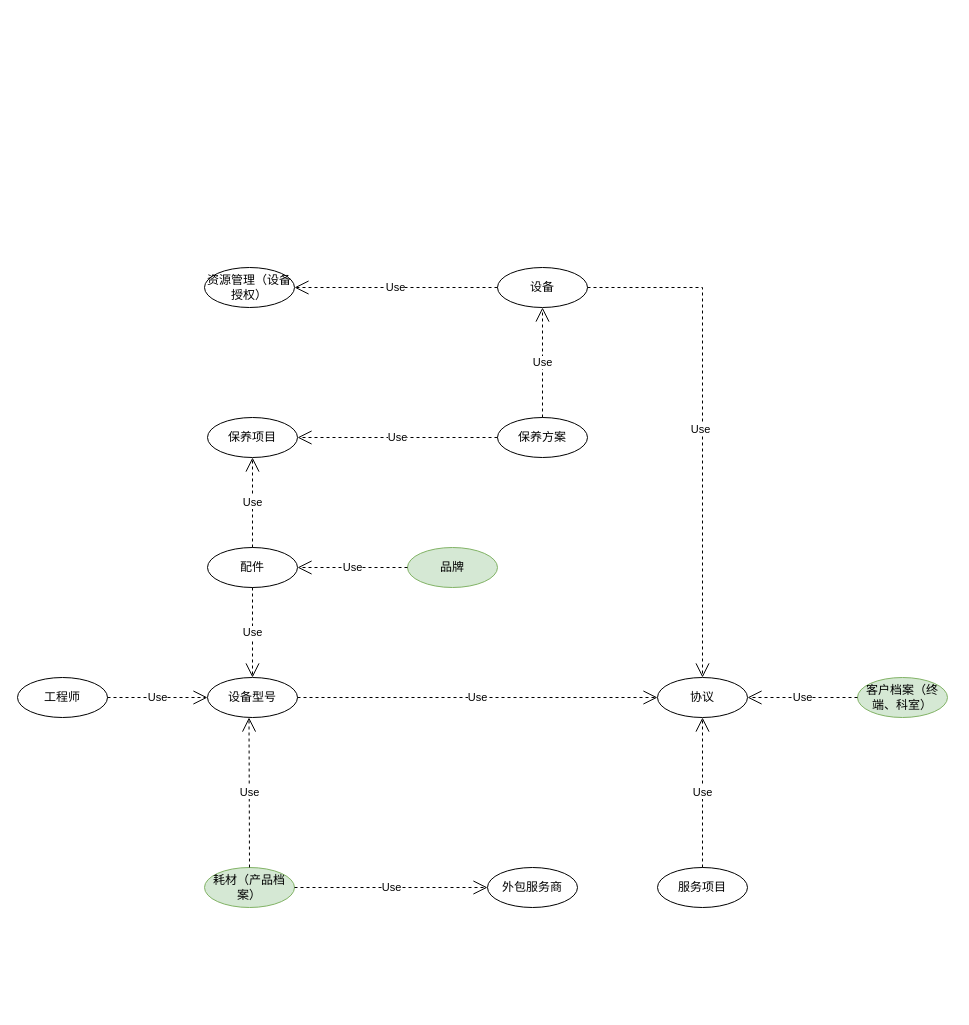
Earlier version of the draw.io diagram uml/uml_mvp8.drawio (WERNERWAN1/mind). Source tidied: cells renumbered, new cells numbered last; positions are measured from the earlier drawing's top-left corner, leaving out a move shared by most shapes. Both pictures are drawn from the tidied source at 100%, with x=0, y=0 at pixel (17, 267).
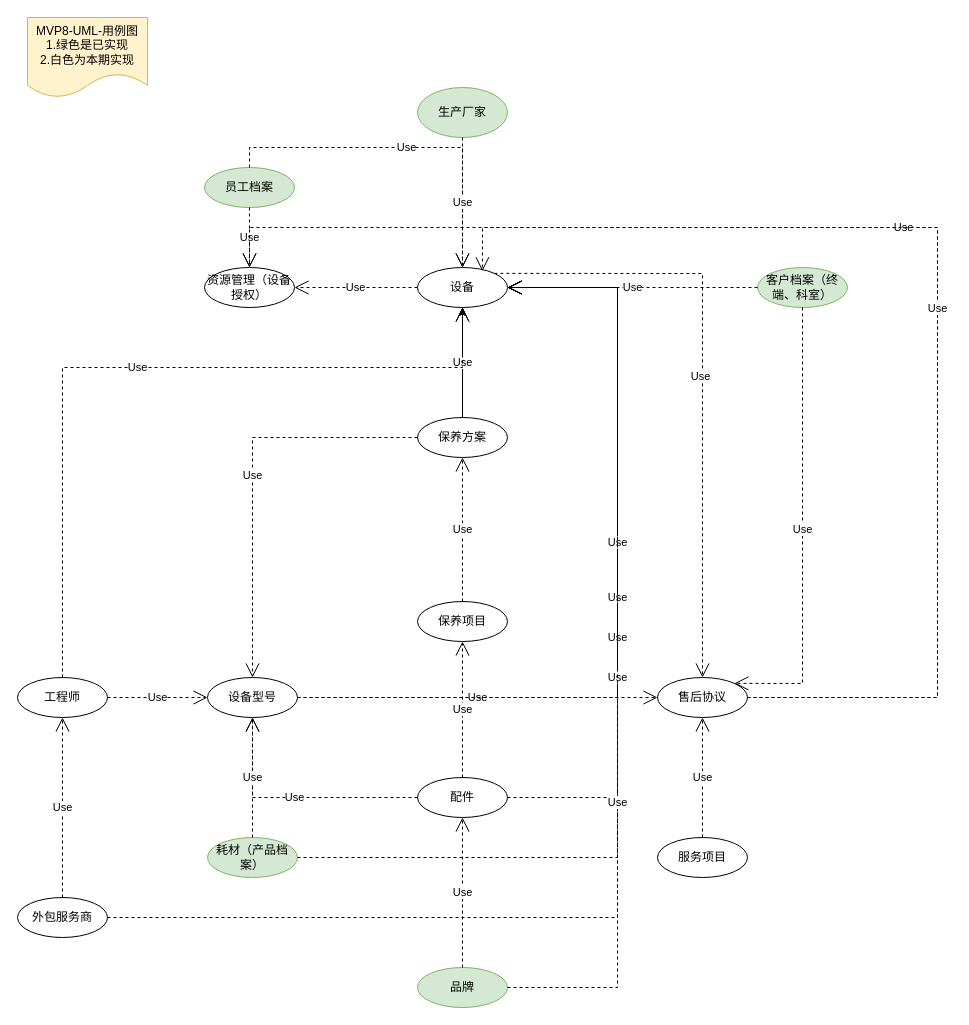
The same page after the edit.

The change refers to these unchanged cells:
```xml
<mxCell id="6" value="设备型号" style="ellipse;whiteSpace=wrap;html=1;" parent="1" vertex="1">
  <mxGeometry x="190" y="410" width="90" height="40" as="geometry" />
</mxCell>
<mxCell id="8" value="工程师" style="ellipse;whiteSpace=wrap;html=1;" parent="1" vertex="1">
  <mxGeometry y="410" width="90" height="40" as="geometry" />
</mxCell>
<mxCell id="26" value="资源管理（设备授权）" style="ellipse;whiteSpace=wrap;html=1;" parent="1" vertex="1">
  <mxGeometry x="187" width="90" height="40" as="geometry" />
</mxCell>
```

What changed in the source:
```diff
@@
     <mxCell id="2" value="设备" style="ellipse;whiteSpace=wrap;html=1;" parent="1" vertex="1">
-      <mxGeometry x="480" width="90" height="40" as="geometry" />
+      <mxGeometry x="400" width="90" height="40" as="geometry" />
     </mxCell>
+    <mxCell id="28" style="edgeStyle=orthogonalEdgeStyle;rounded=0;jettySize=auto;html=1;" parent="1" edge="1" source="3" target="2">
+      <mxGeometry relative="1" as="geometry" />
+    </mxCell>
+    <mxCell id="29" style="edgeStyle=orthogonalEdgeStyle;rounded=0;jettySize=auto;html=1;" parent="1" edge="1" source="3" target="2">
+      <mxGeometry relative="1" as="geometry" />
+    </mxCell>
     <mxCell id="3" value="保养方案" style="ellipse;whiteSpace=wrap;html=1;" parent="1" vertex="1">
-      <mxGeometry x="480" y="150" width="90" height="40" as="geometry" />
+      <mxGeometry x="400" y="150" width="90" height="40" as="geometry" />
     </mxCell>
     <mxCell id="4" value="保养项目" style="ellipse;whiteSpace=wrap;html=1;" parent="1" vertex="1">
-      <mxGeometry x="190" y="150" width="90" height="40" as="geometry" />
+      <mxGeometry x="400" y="334" width="90" height="40" as="geometry" />
     </mxCell>
     <mxCell id="5" value="配件" style="ellipse;whiteSpace=wrap;html=1;" parent="1" vertex="1">
-      <mxGeometry x="190" y="280" width="90" height="40" as="geometry" />
+      <mxGeometry x="400" y="510" width="90" height="40" as="geometry" />
     </mxCell>
@@
     <mxCell id="7" value="耗材（产品档案）" style="ellipse;whiteSpace=wrap;html=1;fillColor=#d5e8d4;strokeColor=#82b366;" parent="1" vertex="1">
-      <mxGeometry x="187" y="600" width="90" height="40" as="geometry" />
+      <mxGeometry x="190" y="570" width="90" height="40" as="geometry" />
     </mxCell>
@@
     <mxCell id="9" value="品牌" style="ellipse;whiteSpace=wrap;html=1;fillColor=#d5e8d4;strokeColor=#82b366;" parent="1" vertex="1">
-      <mxGeometry x="390" y="280" width="90" height="40" as="geometry" />
+      <mxGeometry x="400" y="700" width="90" height="40" as="geometry" />
     </mxCell>
     <mxCell id="10" value="服务项目" style="ellipse;whiteSpace=wrap;html=1;" parent="1" vertex="1">
-      <mxGeometry x="640" y="600" width="90" height="40" as="geometry" />
+      <mxGeometry x="640" y="570" width="90" height="40" as="geometry" />
     </mxCell>
-    <mxCell id="11" value="协议" style="ellipse;whiteSpace=wrap;html=1;" parent="1" vertex="1">
+    <mxCell id="11" value="售后协议" style="ellipse;whiteSpace=wrap;html=1;" parent="1" vertex="1">
       <mxGeometry x="640" y="410" width="90" height="40" as="geometry" />
     </mxCell>
     <mxCell id="12" value="外包服务商" style="ellipse;whiteSpace=wrap;html=1;" parent="1" vertex="1">
-      <mxGeometry x="470" y="600" width="90" height="40" as="geometry" />
+      <mxGeometry y="630" width="90" height="40" as="geometry" />
     </mxCell>
     <mxCell id="13" value="客户档案（终端、科室）" style="ellipse;whiteSpace=wrap;html=1;fillColor=#d5e8d4;strokeColor=#82b366;" parent="1" vertex="1">
-      <mxGeometry x="840" y="410" width="90" height="40" as="geometry" />
+      <mxGeometry x="740" width="90" height="40" as="geometry" />
     </mxCell>
-    <mxCell id="14" value="Use" style="endArrow=open;endSize=12;dashed=1;html=1;rounded=0;exitX=0.5;exitY=1;exitDx=0;exitDy=0;entryX=0.5;entryY=0;entryDx=0;entryDy=0;" parent="1" edge="1" source="5" target="6">
-      <mxGeometry relative="1" as="geometry" />
+    <mxCell id="14" value="Use" style="endArrow=open;endSize=12;dashed=1;html=1;rounded=0;exitX=0;exitY=0.5;exitDx=0;exitDy=0;" parent="1" edge="1" source="5">
+      <mxGeometry relative="1" as="geometry">
+        <mxPoint x="235" y="450" as="targetPoint" />
+        <Array as="points">
+          <mxPoint x="235" y="530" />
+        </Array>
+      </mxGeometry>
     </mxCell>
@@
-    <mxCell id="16" value="Use" style="endArrow=open;endSize=12;dashed=1;html=1;rounded=0;entryX=1;entryY=0.5;entryDx=0;entryDy=0;exitX=0;exitY=0.5;exitDx=0;exitDy=0;" parent="1" edge="1" source="9" target="5">
+    <mxCell id="16" value="Use" style="endArrow=open;endSize=12;dashed=1;html=1;rounded=0;entryX=0.5;entryY=1;entryDx=0;entryDy=0;exitX=0.5;exitY=0;exitDx=0;exitDy=0;" parent="1" edge="1" source="9" target="5">
       <mxGeometry relative="1" as="geometry" />
     </mxCell>
@@
-    <mxCell id="18" value="Use" style="endArrow=open;endSize=12;dashed=1;html=1;rounded=0;" parent="1" edge="1" source="3" target="4">
+    <mxCell id="18" value="Use" style="endArrow=open;endSize=12;dashed=1;html=1;rounded=0;exitX=0.5;exitY=0;exitDx=0;exitDy=0;entryX=0.5;entryY=1;entryDx=0;entryDy=0;" parent="1" edge="1" source="4" target="3">
       <mxGeometry relative="1" as="geometry" />
     </mxCell>
@@
-    <mxCell id="21" value="Use" style="endArrow=open;endSize=12;dashed=1;html=1;rounded=0;exitX=1;exitY=0.5;exitDx=0;exitDy=0;entryX=0.5;entryY=0;entryDx=0;entryDy=0;" parent="1" edge="1" source="2" target="11">
+    <mxCell id="21" value="Use" style="endArrow=open;endSize=12;dashed=1;html=1;rounded=0;exitX=1;exitY=0;exitDx=0;exitDy=0;entryX=0.5;entryY=0;entryDx=0;entryDy=0;" parent="1" edge="1" source="2" target="11">
       <mxGeometry x="0.02" y="-2" relative="1" as="geometry">
         <Array as="points">
-          <mxPoint x="685" y="20" />
+          <mxPoint x="685" y="6" />
         </Array>
         <mxPoint y="-1" as="offset" />
       </mxGeometry>
     </mxCell>
-    <mxCell id="22" value="Use" style="endArrow=open;endSize=12;dashed=1;html=1;rounded=0;exitX=0;exitY=0.5;exitDx=0;exitDy=0;entryX=1;entryY=0.5;entryDx=0;entryDy=0;" parent="1" edge="1" source="13" target="11">
-      <mxGeometry relative="1" as="geometry" />
+    <mxCell id="22" value="Use" style="endArrow=open;endSize=12;dashed=1;html=1;rounded=0;exitX=0.5;exitY=1;exitDx=0;exitDy=0;entryX=1;entryY=0;entryDx=0;entryDy=0;" parent="1" edge="1" source="13" target="11">
+      <mxGeometry relative="1" as="geometry">
+        <Array as="points">
+          <mxPoint x="785" y="416" />
+        </Array>
+      </mxGeometry>
     </mxCell>
@@
-    <mxCell id="24" value="Use" style="endArrow=open;endSize=12;dashed=1;html=1;rounded=0;exitX=1;exitY=0.5;exitDx=0;exitDy=0;" parent="1" edge="1" source="7" target="12">
-      <mxGeometry relative="1" as="geometry" />
-    </mxCell>
-    <mxCell id="25" value="Use" style="endArrow=open;endSize=12;dashed=1;html=1;rounded=0;exitX=0.5;exitY=0;exitDx=0;exitDy=0;entryX=0.5;entryY=1;entryDx=0;entryDy=0;" parent="1" edge="1" source="7">
-      <mxGeometry relative="1" as="geometry">
-        <mxPoint x="231.5" y="450" as="targetPoint" />
-      </mxGeometry>
+    <mxCell id="25" value="Use" style="endArrow=open;endSize=12;dashed=1;html=1;rounded=0;exitX=0.5;exitY=0;exitDx=0;exitDy=0;" parent="1" edge="1" source="7" target="6">
+      <mxGeometry relative="1" as="geometry" />
     </mxCell>
@@
     <mxCell id="27" value="Use" style="endArrow=open;endSize=12;dashed=1;html=1;rounded=0;entryX=1;entryY=0.5;entryDx=0;entryDy=0;" parent="1" edge="1" target="26">
       <mxGeometry relative="1" as="geometry">
-        <mxPoint x="480" y="20" as="sourcePoint" />
+        <mxPoint x="400" y="20" as="sourcePoint" />
       </mxGeometry>
     </mxCell>
+    <mxCell id="30" value="Use" style="endArrow=open;endSize=12;dashed=1;html=1;rounded=0;entryX=1;entryY=0.5;entryDx=0;entryDy=0;" parent="1" edge="1" source="13" target="2">
+      <mxGeometry relative="1" as="geometry" />
+    </mxCell>
+    <mxCell id="31" value="Use" style="endArrow=open;endSize=12;dashed=1;html=1;rounded=0;exitX=1;exitY=0.5;exitDx=0;exitDy=0;" parent="1" edge="1" source="9">
+      <mxGeometry relative="1" as="geometry">
+        <mxPoint x="490" y="20" as="targetPoint" />
+        <Array as="points">
+          <mxPoint x="600" y="720" />
+          <mxPoint x="600" y="300" />
+          <mxPoint x="600" y="20" />
+        </Array>
+      </mxGeometry>
+    </mxCell>
+    <mxCell id="32" value="Use" style="endArrow=open;endSize=12;dashed=1;html=1;rounded=0;exitX=1;exitY=0.5;exitDx=0;exitDy=0;" parent="1" edge="1" source="6">
+      <mxGeometry relative="1" as="geometry">
+        <mxPoint x="490" y="20" as="targetPoint" />
+        <Array as="points">
+          <mxPoint x="600" y="430" />
+          <mxPoint x="600" y="20" />
+        </Array>
+      </mxGeometry>
+    </mxCell>
+    <mxCell id="33" value="Use" style="endArrow=open;endSize=12;dashed=1;html=1;rounded=0;entryX=0.5;entryY=1;entryDx=0;entryDy=0;exitX=0.5;exitY=0;exitDx=0;exitDy=0;" parent="1" edge="1" source="12" target="8">
+      <mxGeometry relative="1" as="geometry">
+        <Array as="points">
+          <mxPoint x="45" y="500" />
+        </Array>
+      </mxGeometry>
+    </mxCell>
+    <mxCell id="34" value="Use" style="endArrow=open;endSize=12;dashed=1;html=1;rounded=0;exitX=0.5;exitY=0;exitDx=0;exitDy=0;entryX=0.5;entryY=1;entryDx=0;entryDy=0;" parent="1" edge="1" source="8" target="2">
+      <mxGeometry relative="1" as="geometry">
+        <Array as="points">
+          <mxPoint x="45" y="100" />
+          <mxPoint x="445" y="100" />
+        </Array>
+      </mxGeometry>
+    </mxCell>
+    <mxCell id="35" value="Use" style="endArrow=open;endSize=12;dashed=1;html=1;rounded=0;exitX=1;exitY=0.5;exitDx=0;exitDy=0;" parent="1" edge="1" source="5">
+      <mxGeometry relative="1" as="geometry">
+        <mxPoint x="490" y="20" as="targetPoint" />
+        <Array as="points">
+          <mxPoint x="600" y="530" />
+          <mxPoint x="600" y="510" />
+          <mxPoint x="600" y="260" />
+          <mxPoint x="600" y="20" />
+        </Array>
+      </mxGeometry>
+    </mxCell>
+    <mxCell id="36" value="Use" style="endArrow=open;endSize=12;dashed=1;html=1;rounded=0;exitX=1;exitY=0.5;exitDx=0;exitDy=0;" parent="1" edge="1" source="7">
+      <mxGeometry relative="1" as="geometry">
+        <mxPoint x="490" y="20" as="targetPoint" />
+        <Array as="points">
+          <mxPoint x="600" y="590" />
+          <mxPoint x="600" y="20" />
+        </Array>
+      </mxGeometry>
+    </mxCell>
+    <mxCell id="37" value="员工档案" style="ellipse;whiteSpace=wrap;html=1;fillColor=#d5e8d4;strokeColor=#82b366;" parent="1" vertex="1">
+      <mxGeometry x="187" y="-100" width="90" height="40" as="geometry" />
+    </mxCell>
+    <mxCell id="38" value="Use" style="endArrow=open;endSize=12;dashed=1;html=1;rounded=0;entryX=0.5;entryY=0;entryDx=0;entryDy=0;exitX=0.5;exitY=0;exitDx=0;exitDy=0;" parent="1" edge="1" source="37" target="2">
+      <mxGeometry relative="1" as="geometry">
+        <Array as="points">
+          <mxPoint x="232" y="-120" />
+          <mxPoint x="445" y="-120" />
+        </Array>
+      </mxGeometry>
+    </mxCell>
+    <mxCell id="39" value="Use" style="endArrow=open;endSize=12;dashed=1;html=1;rounded=0;entryX=0.5;entryY=0;entryDx=0;entryDy=0;exitX=0;exitY=0.5;exitDx=0;exitDy=0;" parent="1" edge="1" source="3" target="6">
+      <mxGeometry relative="1" as="geometry">
+        <Array as="points">
+          <mxPoint x="235" y="170" />
+        </Array>
+      </mxGeometry>
+    </mxCell>
+    <mxCell id="40" value="生产厂家" style="ellipse;whiteSpace=wrap;html=1;fillColor=#d5e8d4;strokeColor=#82b366;" parent="1" vertex="1">
+      <mxGeometry x="400" y="-180" width="90" height="50" as="geometry" />
+    </mxCell>
+    <mxCell id="41" value="Use" style="endArrow=open;endSize=12;dashed=1;html=1;rounded=0;exitX=0.5;exitY=1;exitDx=0;exitDy=0;entryX=0.5;entryY=0;entryDx=0;entryDy=0;" parent="1" edge="1" source="40" target="2">
+      <mxGeometry relative="1" as="geometry" />
+    </mxCell>
+    <mxCell id="42" value="MVP8-UML-用例图&lt;br&gt;1.绿色是已实现&lt;br&gt;2.白色为本期实现" style="shape=document;whiteSpace=wrap;html=1;boundedLbl=1;fillColor=#fff2cc;strokeColor=#d6b656;" parent="1" vertex="1">
+      <mxGeometry x="10" y="-250" width="120" height="80" as="geometry" />
+    </mxCell>
+    <mxCell id="43" value="Use" style="endArrow=open;endSize=12;dashed=1;html=1;rounded=0;exitX=1;exitY=0.5;exitDx=0;exitDy=0;" parent="1" edge="1" source="12">
+      <mxGeometry relative="1" as="geometry">
+        <mxPoint x="490" y="20" as="targetPoint" />
+        <Array as="points">
+          <mxPoint x="600" y="650" />
+          <mxPoint x="600" y="20" />
+        </Array>
+      </mxGeometry>
+    </mxCell>
+    <mxCell id="44" value="Use" style="endArrow=open;endSize=12;dashed=1;html=1;rounded=0;exitX=0.5;exitY=1;exitDx=0;exitDy=0;entryX=0.5;entryY=0;entryDx=0;entryDy=0;" parent="1" edge="1" source="37" target="26">
+      <mxGeometry relative="1" as="geometry" />
+    </mxCell>
+    <mxCell id="45" value="Use" style="endArrow=open;endSize=12;dashed=1;html=1;rounded=0;entryX=0.5;entryY=0;entryDx=0;entryDy=0;" parent="1" edge="1" target="26">
+      <mxGeometry relative="1" as="geometry">
+        <mxPoint x="730" y="430" as="sourcePoint" />
+        <Array as="points">
+          <mxPoint x="920" y="430" />
+          <mxPoint x="920" y="-40" />
+          <mxPoint x="232" y="-40" />
+        </Array>
+      </mxGeometry>
+    </mxCell>
+    <mxCell id="46" value="Use" style="endArrow=open;endSize=12;dashed=1;html=1;rounded=0;exitX=1;exitY=0.5;exitDx=0;exitDy=0;entryX=0.721;entryY=0.093;entryDx=0;entryDy=0;entryPerimeter=0;" parent="1" edge="1" source="11" target="2">
+      <mxGeometry relative="1" as="geometry">
+        <Array as="points">
+          <mxPoint x="920" y="430" />
+          <mxPoint x="920" y="-40" />
+          <mxPoint x="465" y="-40" />
+        </Array>
+      </mxGeometry>
+    </mxCell>
```
